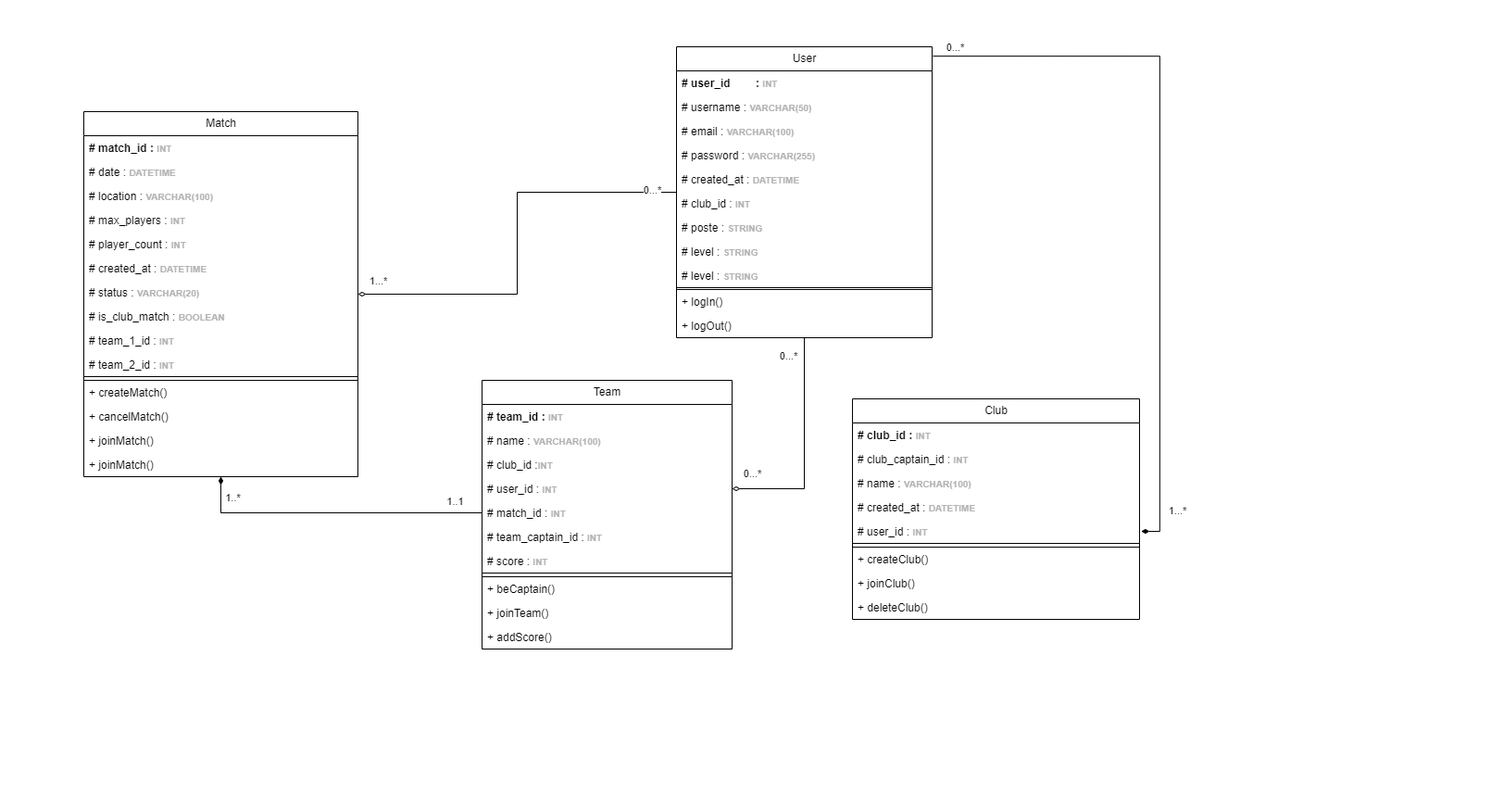
The draw.io diagram UML Classes.drawio.png in Mathistrg/Styx, before a commit. Source tidied: cells renumbered, new cells last; positions are measured from the earlier drawing's top-left corner, leaving out a move shared by most shapes.
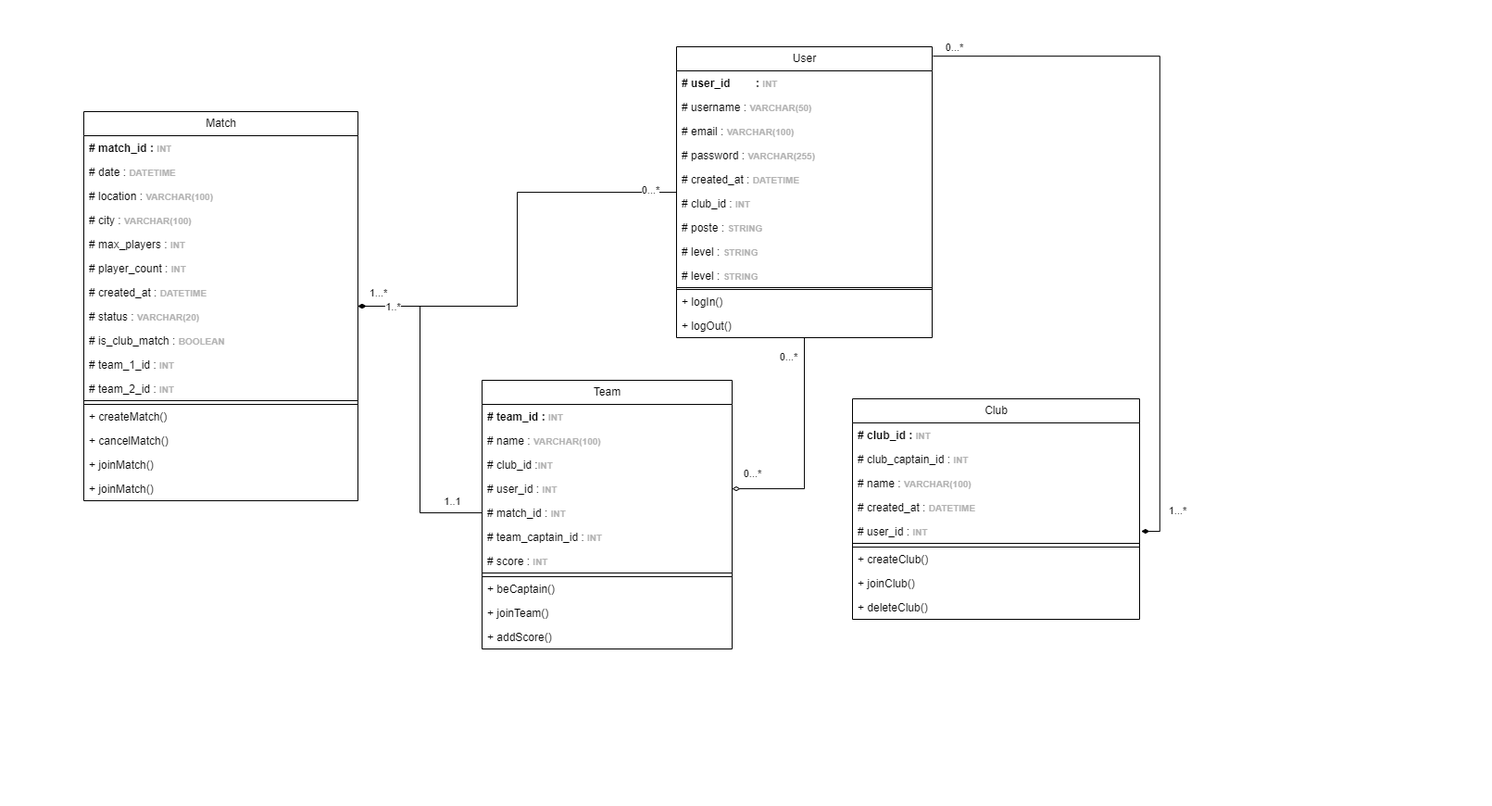
After the change.

Commit message:
Mettre à jour UML Classes.drawio.png

Change to the diagram source:
```diff
@@ -56,7 +56,7 @@
       <mxGeometry x="0.88" y="3" relative="1" as="geometry" />
     </mxCell>
     <mxCell id="19" value="Match" style="swimlane;fontStyle=0;horizontal=1;startSize=26;fillColor=none;html=1;" parent="1" vertex="1">
-      <mxGeometry x="90" y="120" width="296" height="394" as="geometry" />
+      <mxGeometry x="90" y="120" width="296" height="420" as="geometry" />
     </mxCell>
     <mxCell id="20" value="&lt;b&gt;# match_id :&amp;nbsp;&lt;/b&gt;&lt;b style=&quot;color: rgb(179, 179, 179); font-size: 10px;&quot;&gt;INT&lt;/b&gt;" style="text;strokeColor=none;fillColor=none;align=left;verticalAlign=top;spacingLeft=4;spacingRight=4;overflow=hidden;whiteSpace=wrap;html=1;" parent="19" vertex="1">
       <mxGeometry y="26" width="296" height="26" as="geometry" />
@@ -67,41 +67,44 @@
     <mxCell id="22" value="# location :&amp;nbsp;&lt;b style=&quot;color: rgb(179, 179, 179); font-size: 10px;&quot;&gt;VARCHAR(100)&amp;nbsp;&lt;/b&gt;" style="text;strokeColor=none;fillColor=none;align=left;verticalAlign=top;spacingLeft=4;spacingRight=4;overflow=hidden;whiteSpace=wrap;html=1;" parent="19" vertex="1">
       <mxGeometry y="78" width="296" height="26" as="geometry" />
     </mxCell>
+    <mxCell id="66" value="# city :&amp;nbsp;&lt;b style=&quot;color: rgb(179, 179, 179); font-size: 10px;&quot;&gt;VARCHAR(100)&amp;nbsp;&lt;/b&gt;" style="text;strokeColor=none;fillColor=none;align=left;verticalAlign=top;spacingLeft=4;spacingRight=4;overflow=hidden;whiteSpace=wrap;html=1;" parent="19" vertex="1">
+      <mxGeometry y="104" width="296" height="26" as="geometry" />
+    </mxCell>
     <mxCell id="23" value="# max_players :&amp;nbsp;&lt;b style=&quot;color: rgb(179, 179, 179); font-size: 10px;&quot;&gt;INT&amp;nbsp;&lt;/b&gt;" style="text;strokeColor=none;fillColor=none;align=left;verticalAlign=top;spacingLeft=4;spacingRight=4;overflow=hidden;whiteSpace=wrap;html=1;" parent="19" vertex="1">
-      <mxGeometry y="104" width="296" height="26" as="geometry" />
+      <mxGeometry y="130" width="296" height="26" as="geometry" />
     </mxCell>
     <mxCell id="24" value="# player_count :&amp;nbsp;&lt;b style=&quot;color: rgb(179, 179, 179); font-size: 10px;&quot;&gt;INT&lt;/b&gt;" style="text;strokeColor=none;fillColor=none;align=left;verticalAlign=top;spacingLeft=4;spacingRight=4;overflow=hidden;whiteSpace=wrap;html=1;" parent="19" vertex="1">
-      <mxGeometry y="130" width="296" height="26" as="geometry" />
+      <mxGeometry y="156" width="296" height="26" as="geometry" />
     </mxCell>
     <mxCell id="25" value="# created_at :&amp;nbsp;&lt;b style=&quot;color: rgb(179, 179, 179); font-size: 10px;&quot;&gt;DATETIME&lt;/b&gt;" style="text;strokeColor=none;fillColor=none;align=left;verticalAlign=top;spacingLeft=4;spacingRight=4;overflow=hidden;whiteSpace=wrap;html=1;" parent="19" vertex="1">
-      <mxGeometry y="156" width="296" height="26" as="geometry" />
+      <mxGeometry y="182" width="296" height="26" as="geometry" />
     </mxCell>
     <mxCell id="26" value="# status :&amp;nbsp;&lt;b style=&quot;color: rgb(179, 179, 179); font-size: 10px;&quot;&gt;VARCHAR(20)&amp;nbsp;&lt;/b&gt;" style="text;strokeColor=none;fillColor=none;align=left;verticalAlign=top;spacingLeft=4;spacingRight=4;overflow=hidden;whiteSpace=wrap;html=1;" parent="19" vertex="1">
-      <mxGeometry y="182" width="296" height="26" as="geometry" />
+      <mxGeometry y="208" width="296" height="26" as="geometry" />
     </mxCell>
     <mxCell id="27" value="# is_club_match :&amp;nbsp;&lt;b style=&quot;color: rgb(179, 179, 179); font-size: 10px;&quot;&gt;BOOLEAN&amp;nbsp;&lt;/b&gt;" style="text;strokeColor=none;fillColor=none;align=left;verticalAlign=top;spacingLeft=4;spacingRight=4;overflow=hidden;whiteSpace=wrap;html=1;" parent="19" vertex="1">
-      <mxGeometry y="208" width="296" height="26" as="geometry" />
+      <mxGeometry y="234" width="296" height="26" as="geometry" />
     </mxCell>
     <mxCell id="28" value="# team_1_id :&amp;nbsp;&lt;b style=&quot;color: rgb(179, 179, 179); font-size: 10px;&quot;&gt;INT&amp;nbsp;&lt;/b&gt;" style="text;strokeColor=none;fillColor=none;align=left;verticalAlign=top;spacingLeft=4;spacingRight=4;overflow=hidden;whiteSpace=wrap;html=1;" parent="19" vertex="1">
-      <mxGeometry y="234" width="296" height="26" as="geometry" />
+      <mxGeometry y="260" width="296" height="26" as="geometry" />
     </mxCell>
     <mxCell id="29" value="# team_2_id :&amp;nbsp;&lt;b style=&quot;color: rgb(179, 179, 179); font-size: 10px;&quot;&gt;INT&lt;/b&gt;" style="text;strokeColor=none;fillColor=none;align=left;verticalAlign=top;spacingLeft=4;spacingRight=4;overflow=hidden;whiteSpace=wrap;html=1;" parent="19" vertex="1">
-      <mxGeometry y="260" width="296" height="26" as="geometry" />
+      <mxGeometry y="286" width="296" height="26" as="geometry" />
     </mxCell>
     <mxCell id="30" value="team_2_id (FK)&lt;span style=&quot;white-space: pre;&quot;&gt;&#9;&lt;/span&gt;&lt;span style=&quot;white-space: pre;&quot;&gt;&#9;&lt;/span&gt;&lt;b style=&quot;color: rgb(179, 179, 179); font-size: 10px;&quot;&gt;INT NOT NULL&lt;/b&gt;" style="text;strokeColor=default;fillColor=none;align=left;verticalAlign=top;spacingLeft=4;spacingRight=4;overflow=hidden;whiteSpace=wrap;html=1;" parent="19" vertex="1">
-      <mxGeometry y="286" width="296" height="4" as="geometry" />
+      <mxGeometry y="312" width="296" height="4" as="geometry" />
     </mxCell>
     <mxCell id="31" value="+ createMatch()" style="text;strokeColor=none;fillColor=none;align=left;verticalAlign=top;spacingLeft=4;spacingRight=4;overflow=hidden;whiteSpace=wrap;html=1;" parent="19" vertex="1">
-      <mxGeometry y="290" width="296" height="26" as="geometry" />
+      <mxGeometry y="316" width="296" height="26" as="geometry" />
     </mxCell>
     <mxCell id="32" value="+ cancelMatch()" style="text;strokeColor=none;fillColor=none;align=left;verticalAlign=top;spacingLeft=4;spacingRight=4;overflow=hidden;whiteSpace=wrap;html=1;" parent="19" vertex="1">
-      <mxGeometry y="316" width="296" height="26" as="geometry" />
+      <mxGeometry y="342" width="296" height="26" as="geometry" />
     </mxCell>
     <mxCell id="33" value="+ joinMatch()" style="text;strokeColor=none;fillColor=none;align=left;verticalAlign=top;spacingLeft=4;spacingRight=4;overflow=hidden;whiteSpace=wrap;html=1;" parent="19" vertex="1">
-      <mxGeometry y="342" width="296" height="26" as="geometry" />
+      <mxGeometry y="368" width="296" height="26" as="geometry" />
     </mxCell>
     <mxCell id="34" value="+ joinMatch()" style="text;strokeColor=none;fillColor=none;align=left;verticalAlign=top;spacingLeft=4;spacingRight=4;overflow=hidden;whiteSpace=wrap;html=1;" parent="19" vertex="1">
-      <mxGeometry y="368" width="296" height="26" as="geometry" />
+      <mxGeometry y="394" width="296" height="26" as="geometry" />
     </mxCell>
     <mxCell id="35" value="Club" style="swimlane;fontStyle=0;horizontal=1;startSize=26;fillColor=none;html=1;" parent="1" vertex="1">
       <mxGeometry x="920" y="430" width="310" height="238" as="geometry" />
```
